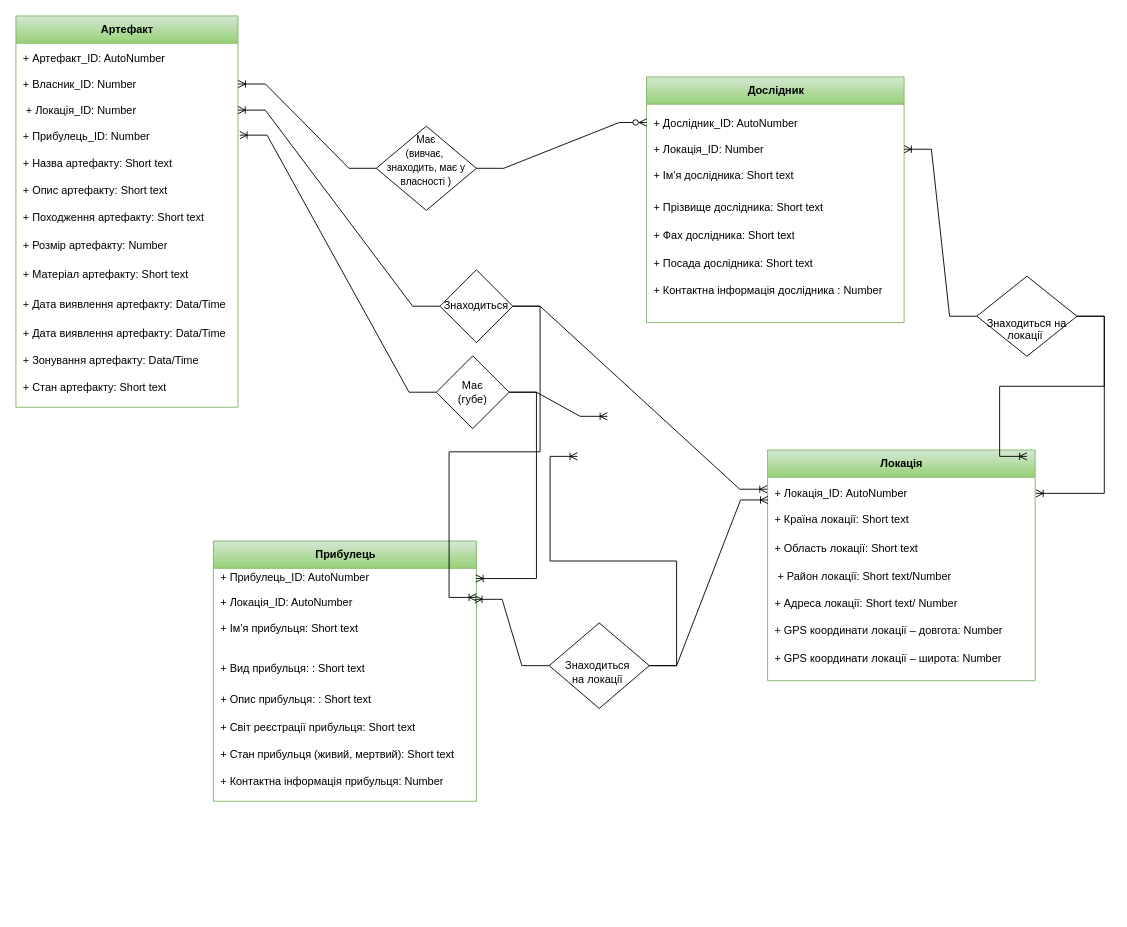
Earlier version of the draw.io diagram page "Страница — 3" (1 of 3) of Диаграмма без названия.drawio (Varvara00/Varvara222-ER). Source tidied: cells renumbered, new cells numbered last; positions are measured from the earlier drawing's top-left corner, leaving out a move shared by most shapes. Both pictures are drawn from the tidied source at 91%, with x=0, y=0 at pixel (15, 15).
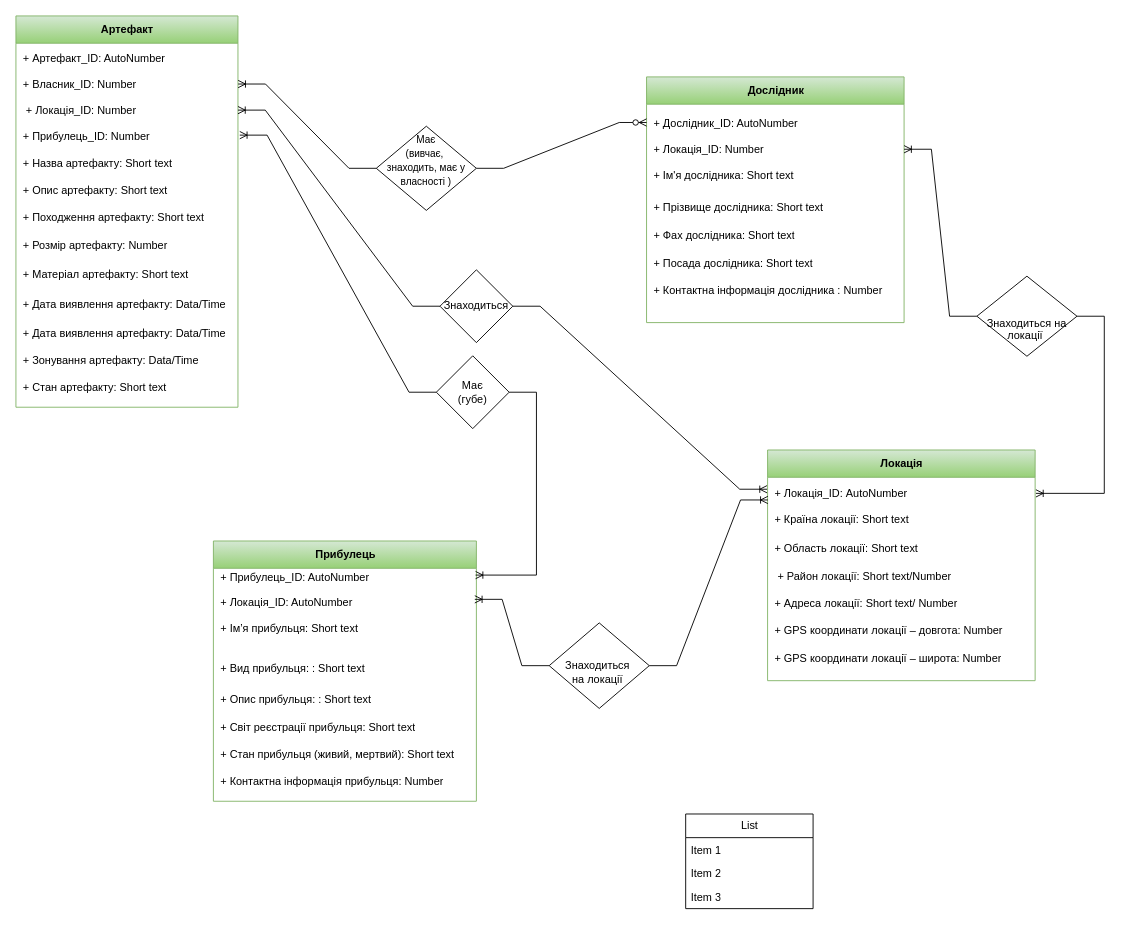
The same page after the edit.

The change refers to these unchanged cells:
```xml
<mxCell id="46" style="shape=tableRow;horizontal=0;startSize=0;swimlaneHead=0;swimlaneBody=0;fillColor=none;points=[[0,0.5],[1,0.5]];portConstraint=eastwest;top=0;left=0;right=0;bottom=0;" parent="45" vertex="1">
  <mxGeometry y="30" width="289" height="90" as="geometry" />
</mxCell>
<mxCell id="63" value="&lt;div style=&quot;line-height: 15.6px;&quot;&gt;&lt;br class=&quot;Apple-interchange-newline&quot;&gt;Має&lt;/div&gt;&lt;div style=&quot;line-height: 15.6px;&quot;&gt;&lt;span style=&quot;background-color: initial;&quot;&gt;(губе)&lt;/span&gt;&lt;/div&gt;&lt;div style=&quot;line-height: 15.6px;&quot;&gt;&lt;br&gt;&lt;/div&gt;" style="rhombus;whiteSpace=wrap;html=1;" parent="1" vertex="1">
  <mxGeometry x="462" y="373.5" width="80" height="80" as="geometry" />
</mxCell>
<mxCell id="67" value="Знаходиться" style="rhombus;whiteSpace=wrap;html=1;" parent="1" vertex="1">
  <mxGeometry x="466" y="279" width="80" height="80" as="geometry" />
</mxCell>
<mxCell id="70" value="&lt;br class=&quot;Apple-interchange-newline&quot;&gt;Знаходиться&amp;nbsp;&lt;div&gt;на локації&amp;nbsp;&lt;div&gt;&lt;/div&gt;&lt;/div&gt;" style="rhombus;whiteSpace=wrap;html=1;" parent="1" vertex="1">
  <mxGeometry x="586" y="667" width="110" height="94" as="geometry" />
</mxCell>
<mxCell id="72" value="&lt;br class=&quot;Apple-interchange-newline&quot;&gt;&amp;nbsp;&lt;div&gt;Знаходиться на локації&amp;nbsp;&lt;div&gt;&lt;/div&gt;&lt;/div&gt;" style="rhombus;whiteSpace=wrap;html=1;" parent="1" vertex="1">
  <mxGeometry x="1056" y="286" width="110" height="88" as="geometry" />
</mxCell>
```

Change to the diagram source:
```diff
@@
-    <mxCell id="59" style="edgeStyle=entityRelationEdgeStyle;fontSize=12;html=1;endArrow=ERoneToMany;startArrow=none;rounded=0;startFill=0;" parent="1" edge="1" source="63">
+    <mxCell id="59" style="edgeStyle=entityRelationEdgeStyle;fontSize=12;html=1;endArrow=ERoneToMany;startArrow=none;rounded=0;startFill=0;entryX=0.997;entryY=0.083;entryDx=0;entryDy=0;entryPerimeter=0;" parent="1" edge="1" source="63" target="46">
       <mxGeometry relative="1" as="geometry">
-        <mxPoint x="650" y="440" as="targetPoint" />
         <Array as="points">
           <mxPoint x="525" y="418" />
         </Array>
       </mxGeometry>
     </mxCell>
-    <mxCell id="60" style="edgeStyle=entityRelationEdgeStyle;fontSize=12;html=1;endArrow=ERoneToMany;startArrow=none;rounded=0;exitX=1;exitY=0.5;exitDx=0;exitDy=0;entryX=0;entryY=0.5;entryDx=0;entryDy=0;startFill=0;" parent="1" edge="1" source="67">
-      <mxGeometry relative="1" as="geometry">
-        <mxPoint x="506" y="639" as="targetPoint" />
-      </mxGeometry>
-    </mxCell>
-    <mxCell id="61" style="edgeStyle=entityRelationEdgeStyle;fontSize=12;html=1;endArrow=ERoneToMany;startArrow=none;rounded=0;startFill=0;" parent="1" edge="1" source="72">
-      <mxGeometry relative="1" as="geometry">
-        <mxPoint x="1111" y="484" as="targetPoint" />
-      </mxGeometry>
-    </mxCell>
@@
-    <mxCell id="68" style="edgeStyle=entityRelationEdgeStyle;fontSize=12;html=1;endArrow=ERoneToMany;startArrow=none;rounded=0;exitX=1;exitY=0.5;exitDx=0;exitDy=0;entryX=-0.007;entryY=0.173;entryDx=0;entryDy=0;entryPerimeter=0;startFill=0;" parent="1" edge="1" source="70">
-      <mxGeometry relative="1" as="geometry">
-        <mxPoint x="617" y="484" as="targetPoint" />
-        <Array as="points">
-          <mxPoint x="638" y="561" />
-          <mxPoint x="682" y="638" />
-        </Array>
-      </mxGeometry>
-    </mxCell>
@@
-    <mxCell id="76" style="edgeStyle=entityRelationEdgeStyle;fontSize=12;html=1;endArrow=none;startArrow=ERoneToMany;rounded=0;exitX=0.998;exitY=0.125;exitDx=0;exitDy=0;exitPerimeter=0;endFill=0;" parent="1" edge="1" source="46" target="63">
-      <mxGeometry relative="1" as="geometry" />
-    </mxCell>
+    <mxCell id="77" value="List" style="swimlane;fontStyle=0;horizontal=1;startSize=26;fillColor=none;html=1;" parent="1" vertex="1">
+      <mxGeometry x="736" y="877" width="140" height="104" as="geometry" />
+    </mxCell>
+    <mxCell id="78" value="Item 1" style="text;strokeColor=none;fillColor=none;align=left;verticalAlign=top;spacingLeft=4;spacingRight=4;overflow=hidden;whiteSpace=wrap;html=1;" parent="77" vertex="1">
+      <mxGeometry y="26" width="140" height="26" as="geometry" />
+    </mxCell>
+    <mxCell id="79" value="Item 2" style="text;strokeColor=none;fillColor=none;align=left;verticalAlign=top;spacingLeft=4;spacingRight=4;overflow=hidden;whiteSpace=wrap;html=1;" parent="77" vertex="1">
+      <mxGeometry y="52" width="140" height="26" as="geometry" />
+    </mxCell>
+    <mxCell id="80" value="Item 3" style="text;strokeColor=none;fillColor=none;align=left;verticalAlign=top;spacingLeft=4;spacingRight=4;overflow=hidden;whiteSpace=wrap;html=1;" parent="77" vertex="1">
+      <mxGeometry y="78" width="140" height="26" as="geometry" />
+    </mxCell>
```
